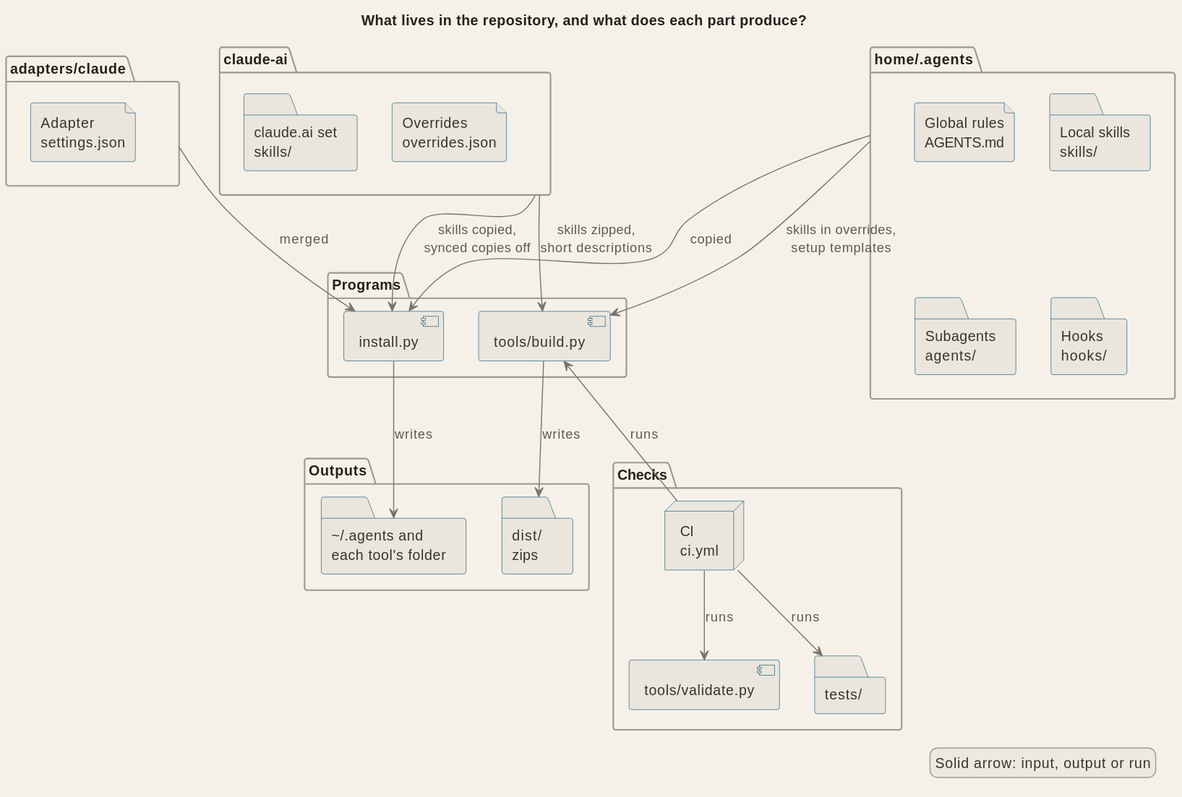
Before: docs/diagrams/arch_parts.svg, a diagram exported from PlantUML (signorenne/dotagents).
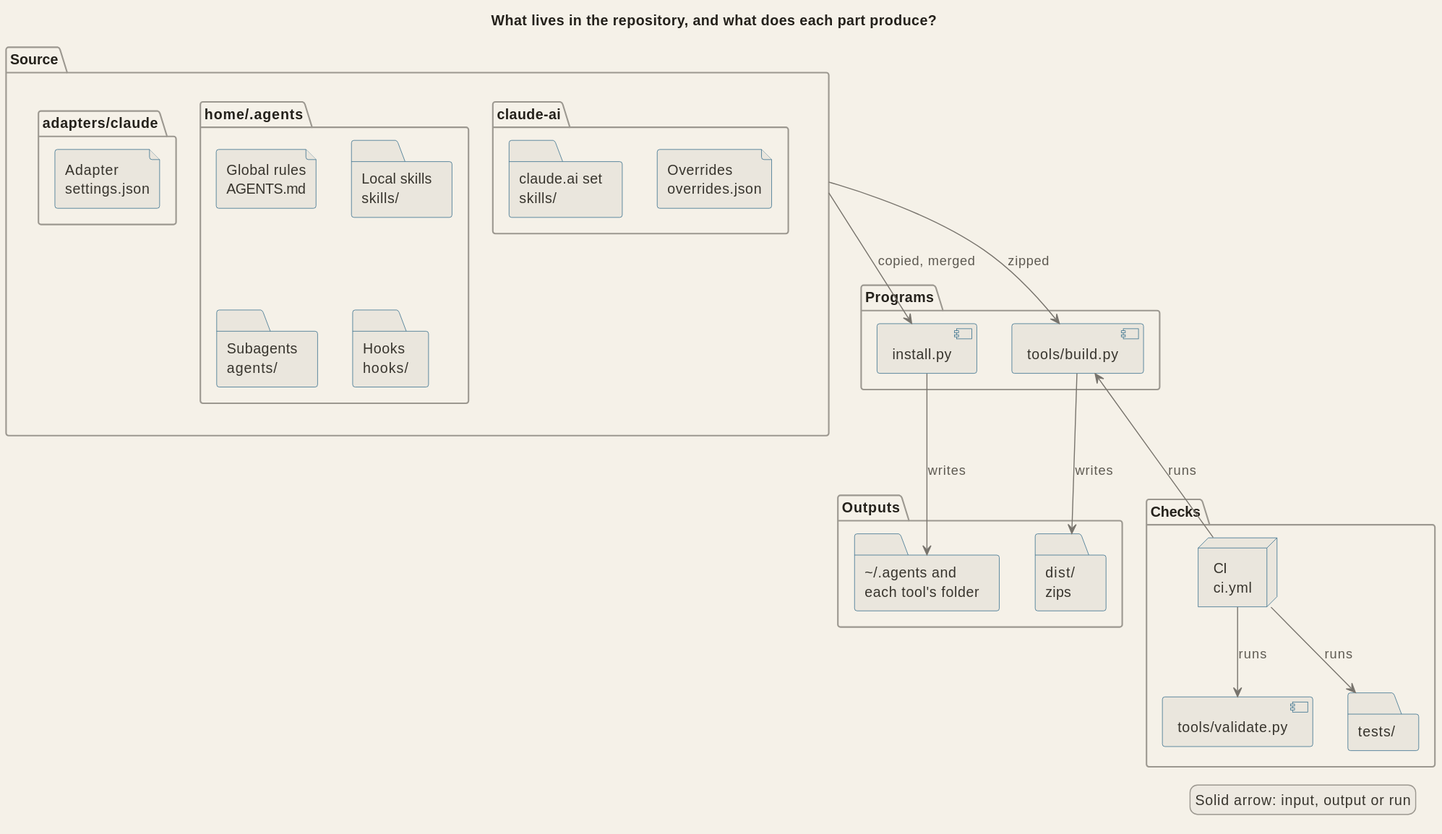
After the commit.

Change to the diagram source:
```diff
@@ -2,19 +2,21 @@
 !include palette.iuml
 title What lives in the repository, and what does each part produce?
 
-package "adapters/claude" as adapters {
-  file "Adapter\nsettings.json" as fragment
-}
+package "Source" as source {
+  package "adapters/claude" as adapters {
+    file "Adapter\nsettings.json" as fragment
+  }
 
-package "home/.agents" as home {
-  file "Global rules\nAGENTS.md" as rules
-  folder "Local skills\nskills/" as skills
-  folder "Subagents\nagents/" as agents
-  folder "Hooks\nhooks/" as hooks
-}
-package "claude-ai" as online {
-  folder "claude.ai set\nskills/" as webskills
-  file "Overrides\noverrides.json" as overrides
+  package "home/.agents" as home {
+    file "Global rules\nAGENTS.md" as rules
+    folder "Local skills\nskills/" as skills
+    folder "Subagents\nagents/" as agents
+    folder "Hooks\nhooks/" as hooks
+  }
+  package "claude-ai" as online {
+    folder "claude.ai set\nskills/" as webskills
+    file "Overrides\noverrides.json" as overrides
+  }
 }
 package "Programs" {
   component "install.py" as install
@@ -32,11 +34,8 @@
   folder "tests/" as tests
 }
 
-home --> install : copied
-home --> build : skills in overrides,\nsetup templates
-adapters --> install : merged
-online --> install : skills copied,\nsynced copies off
-online --> build : skills zipped,\nshort descriptions
+source --> install : copied, merged
+source --> build : zipped
 install -[hidden]right- build
 install --> installed : writes
 build --> dist : writes
```
